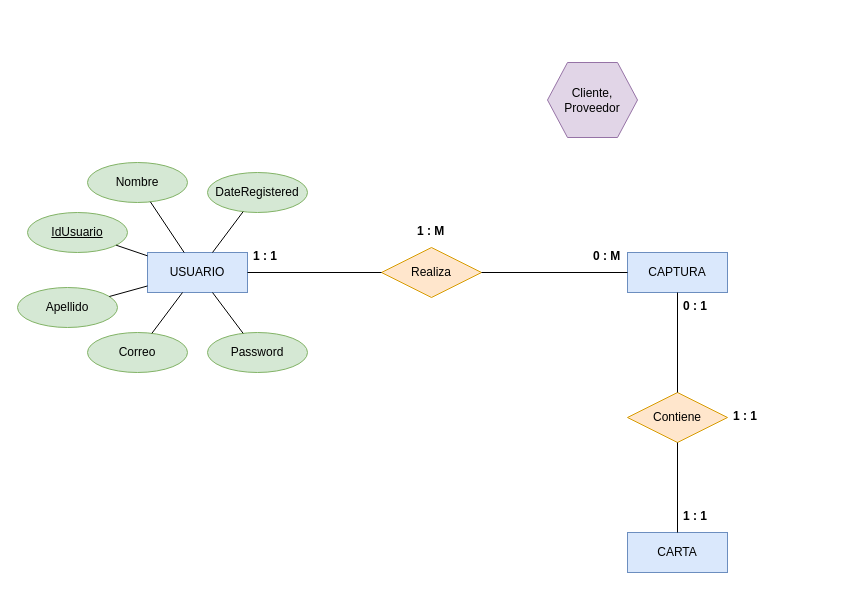
AngelDavidStudios/Diagramas_BdD_1 keeps this draw.io diagram as ERD_CyberDex.drawio. Above is the earlier version. Source tidied: cells renumbered, new cells numbered last; positions are measured from the earlier drawing's top-left corner, leaving out a move shared by most shapes. Both pictures are drawn from the tidied source at 100%, with x=0, y=0 at pixel (17, 62).
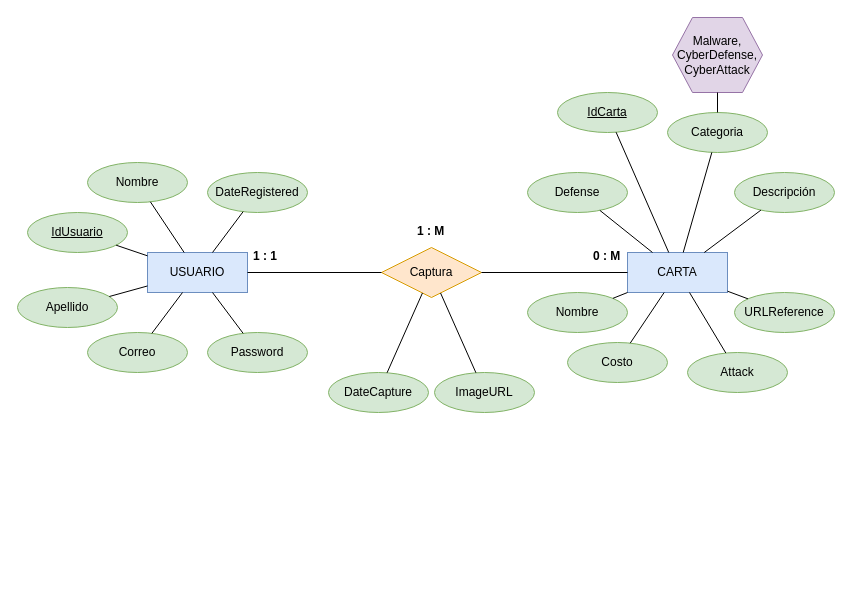
After the change.

The edit, as a diff of the source:
```diff
@@
-    <mxCell id="3" value="Realiza" style="shape=rhombus;perimeter=rhombusPerimeter;whiteSpace=wrap;html=1;align=center;fillColor=#ffe6cc;strokeColor=#d79b00;" parent="1" vertex="1">
+    <mxCell id="3" value="Captura" style="shape=rhombus;perimeter=rhombusPerimeter;whiteSpace=wrap;html=1;align=center;fillColor=#ffe6cc;strokeColor=#d79b00;" parent="1" vertex="1">
       <mxGeometry x="364" y="185" width="100" height="50" as="geometry" />
     </mxCell>
-    <mxCell id="4" value="Cliente,&lt;div&gt;Proveedor&lt;/div&gt;" style="shape=hexagon;perimeter=hexagonPerimeter2;whiteSpace=wrap;html=1;fixedSize=1;fillColor=#e1d5e7;strokeColor=#9673a6;" parent="1" vertex="1">
-      <mxGeometry x="530" width="90" height="75" as="geometry" />
+    <mxCell id="4" value="Malware,&lt;div&gt;CyberDefense,&lt;/div&gt;&lt;div&gt;CyberAttack&lt;/div&gt;" style="shape=hexagon;perimeter=hexagonPerimeter2;whiteSpace=wrap;html=1;fixedSize=1;fillColor=#e1d5e7;strokeColor=#9673a6;" parent="1" vertex="1">
+      <mxGeometry x="655" y="-45" width="90" height="75" as="geometry" />
     </mxCell>
@@
-    <mxCell id="6" value="CARTA" style="whiteSpace=wrap;html=1;align=center;fillColor=#dae8fc;strokeColor=#6c8ebf;" parent="1" vertex="1">
-      <mxGeometry x="610" y="470" width="100" height="40" as="geometry" />
-    </mxCell>
-    <mxCell id="7" value="CAPTURA" style="whiteSpace=wrap;html=1;align=center;fillColor=#dae8fc;strokeColor=#6c8ebf;" parent="1" vertex="1">
+    <mxCell id="7" value="CARTA" style="whiteSpace=wrap;html=1;align=center;fillColor=#dae8fc;strokeColor=#6c8ebf;" parent="1" vertex="1">
       <mxGeometry x="610" y="190" width="100" height="40" as="geometry" />
     </mxCell>
@@
-    <mxCell id="13" value="Contiene" style="shape=rhombus;perimeter=rhombusPerimeter;whiteSpace=wrap;html=1;align=center;fillColor=#ffe6cc;strokeColor=#d79b00;" parent="1" vertex="1">
-      <mxGeometry x="610" y="330" width="100" height="50" as="geometry" />
-    </mxCell>
-    <mxCell id="14" style="endArrow=none;html=1;rounded=0;" parent="1" edge="1" source="7" target="13">
-      <mxGeometry relative="1" as="geometry" />
-    </mxCell>
-    <mxCell id="15" style="endArrow=none;html=1;rounded=0;" parent="1" edge="1" source="6" target="13">
-      <mxGeometry relative="1" as="geometry" />
-    </mxCell>
-    <mxCell id="16" value="1 : 1" style="text;strokeColor=none;fillColor=none;spacingLeft=4;spacingRight=4;overflow=hidden;fontSize=12;whiteSpace=wrap;html=1;fontStyle=1;" parent="1" vertex="1">
-      <mxGeometry x="710" y="340" width="40" height="30" as="geometry" />
-    </mxCell>
-    <mxCell id="17" value="0 : 1" style="text;strokeColor=none;fillColor=none;spacingLeft=4;spacingRight=4;overflow=hidden;fontSize=12;whiteSpace=wrap;html=1;fontStyle=1;" parent="1" vertex="1">
-      <mxGeometry x="660" y="230" width="40" height="30" as="geometry" />
-    </mxCell>
-    <mxCell id="18" value="1 : 1" style="text;strokeColor=none;fillColor=none;spacingLeft=4;spacingRight=4;overflow=hidden;fontSize=12;whiteSpace=wrap;html=1;fontStyle=1;" parent="1" vertex="1">
-      <mxGeometry x="660" y="440" width="40" height="30" as="geometry" />
-    </mxCell>
@@
+    <mxCell id="30" value="IdCarta" style="ellipse;whiteSpace=wrap;html=1;align=center;fontStyle=4;fillColor=#d5e8d4;strokeColor=#82b366;" parent="1" vertex="1">
+      <mxGeometry x="540" y="30" width="100" height="40" as="geometry" />
+    </mxCell>
+    <mxCell id="31" value="Categoria" style="ellipse;whiteSpace=wrap;html=1;align=center;fillColor=#d5e8d4;strokeColor=#82b366;" parent="1" vertex="1">
+      <mxGeometry x="650" y="50" width="100" height="40" as="geometry" />
+    </mxCell>
+    <mxCell id="32" style="endArrow=none;html=1;rounded=0;" parent="1" edge="1" source="4" target="31">
+      <mxGeometry relative="1" as="geometry" />
+    </mxCell>
+    <mxCell id="33" value="Descripción" style="ellipse;whiteSpace=wrap;html=1;align=center;fillColor=#d5e8d4;strokeColor=#82b366;" parent="1" vertex="1">
+      <mxGeometry x="717" y="110" width="100" height="40" as="geometry" />
+    </mxCell>
+    <mxCell id="34" value="URLReference" style="ellipse;whiteSpace=wrap;html=1;align=center;fillColor=#d5e8d4;strokeColor=#82b366;" parent="1" vertex="1">
+      <mxGeometry x="717" y="230" width="100" height="40" as="geometry" />
+    </mxCell>
+    <mxCell id="35" value="Nombre" style="ellipse;whiteSpace=wrap;html=1;align=center;fillColor=#d5e8d4;strokeColor=#82b366;" parent="1" vertex="1">
+      <mxGeometry x="510" y="230" width="100" height="40" as="geometry" />
+    </mxCell>
+    <mxCell id="36" value="Attack" style="ellipse;whiteSpace=wrap;html=1;align=center;fillColor=#d5e8d4;strokeColor=#82b366;" parent="1" vertex="1">
+      <mxGeometry x="670" y="290" width="100" height="40" as="geometry" />
+    </mxCell>
+    <mxCell id="37" value="Defense" style="ellipse;whiteSpace=wrap;html=1;align=center;fillColor=#d5e8d4;strokeColor=#82b366;" parent="1" vertex="1">
+      <mxGeometry x="510" y="110" width="100" height="40" as="geometry" />
+    </mxCell>
+    <mxCell id="38" value="Costo" style="ellipse;whiteSpace=wrap;html=1;align=center;fillColor=#d5e8d4;strokeColor=#82b366;" parent="1" vertex="1">
+      <mxGeometry x="550" y="280" width="100" height="40" as="geometry" />
+    </mxCell>
+    <mxCell id="39" style="endArrow=none;html=1;rounded=0;" parent="1" edge="1" source="37" target="7">
+      <mxGeometry relative="1" as="geometry" />
+    </mxCell>
+    <mxCell id="40" style="endArrow=none;html=1;rounded=0;" parent="1" edge="1" source="30" target="7">
+      <mxGeometry relative="1" as="geometry" />
+    </mxCell>
+    <mxCell id="41" style="endArrow=none;html=1;rounded=0;" parent="1" edge="1" source="31" target="7">
+      <mxGeometry relative="1" as="geometry" />
+    </mxCell>
+    <mxCell id="42" style="endArrow=none;html=1;rounded=0;" parent="1" edge="1" source="35" target="7">
+      <mxGeometry relative="1" as="geometry" />
+    </mxCell>
+    <mxCell id="43" style="endArrow=none;html=1;rounded=0;" parent="1" edge="1" source="38" target="7">
+      <mxGeometry relative="1" as="geometry" />
+    </mxCell>
+    <mxCell id="44" style="endArrow=none;html=1;rounded=0;" parent="1" edge="1" source="36" target="7">
+      <mxGeometry relative="1" as="geometry" />
+    </mxCell>
+    <mxCell id="45" style="endArrow=none;html=1;rounded=0;" parent="1" edge="1" source="7" target="33">
+      <mxGeometry relative="1" as="geometry" />
+    </mxCell>
+    <mxCell id="46" style="endArrow=none;html=1;rounded=0;" parent="1" edge="1" source="7" target="34">
+      <mxGeometry relative="1" as="geometry" />
+    </mxCell>
+    <mxCell id="47" value="DateCapture" style="ellipse;whiteSpace=wrap;html=1;align=center;fillColor=#d5e8d4;strokeColor=#82b366;" parent="1" vertex="1">
+      <mxGeometry x="311" y="310" width="100" height="40" as="geometry" />
+    </mxCell>
+    <mxCell id="48" value="ImageURL" style="ellipse;whiteSpace=wrap;html=1;align=center;fillColor=#d5e8d4;strokeColor=#82b366;" parent="1" vertex="1">
+      <mxGeometry x="417" y="310" width="100" height="40" as="geometry" />
+    </mxCell>
+    <mxCell id="49" style="endArrow=none;html=1;rounded=0;" parent="1" edge="1" source="47" target="3">
+      <mxGeometry relative="1" as="geometry" />
+    </mxCell>
+    <mxCell id="50" style="endArrow=none;html=1;rounded=0;" parent="1" edge="1" source="48" target="3">
+      <mxGeometry relative="1" as="geometry" />
+    </mxCell>
```
